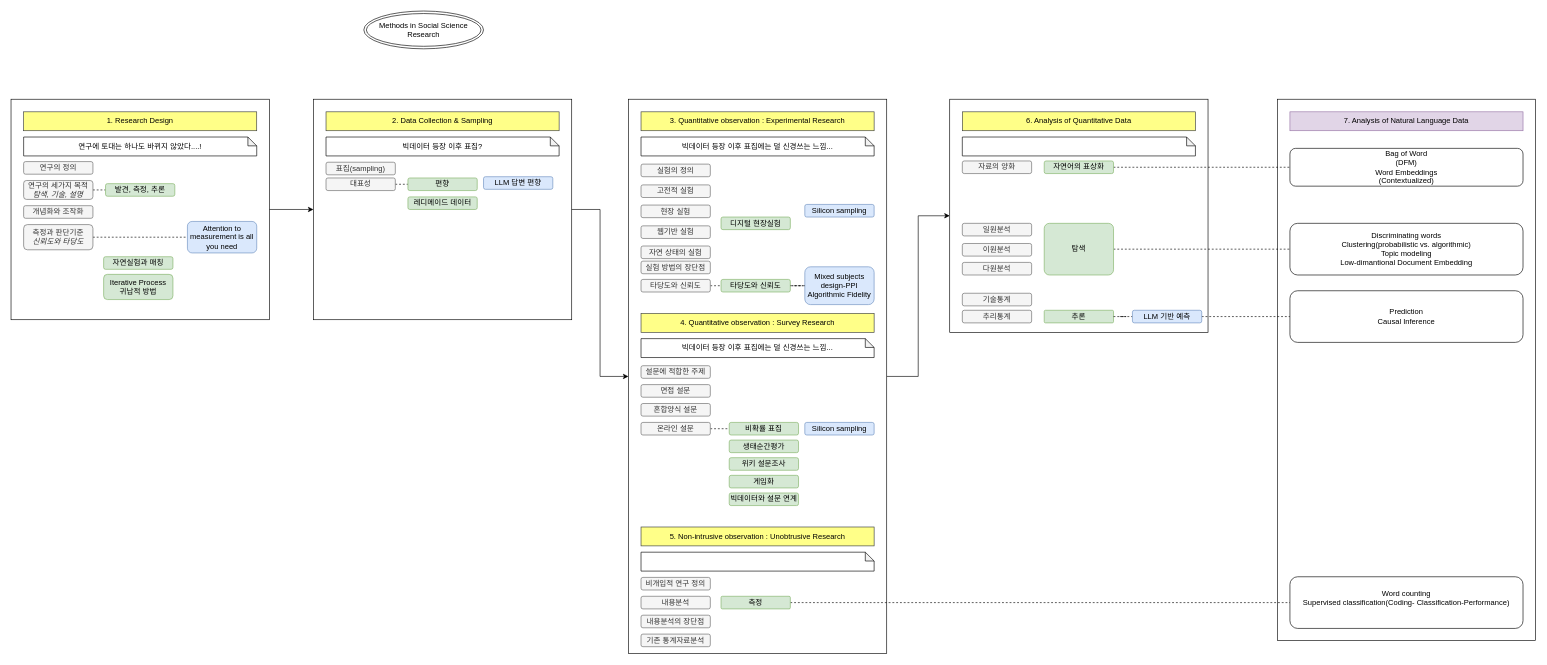
This is method.drawio from myokyunghan/drawio_for_qual, a draw.io file, before an edit. Source tidied: cells renumbered, new cells numbered last; positions are measured from the earlier drawing's top-left corner, leaving out a move shared by most shapes. Both pictures are drawn from the tidied source at 63%, with x=0, y=0 at pixel (11, 11).
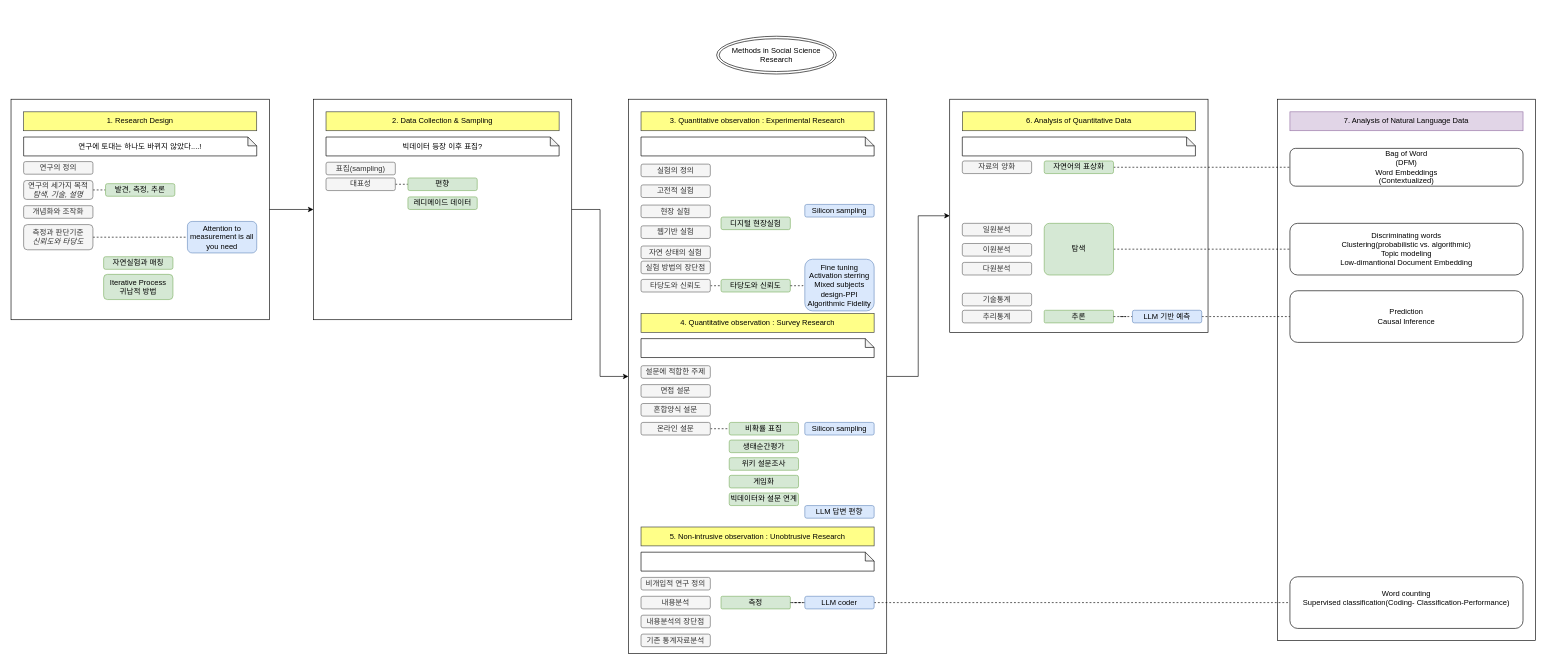
The same page after the edit.

Unchanged cells that the change refers to:
```xml
<mxCell id="76" value="측정" style="rounded=1;whiteSpace=wrap;html=1;roundedPerimeter=1;fillColor=#d5e8d4;strokeColor=#82b366;arcSize=10;" parent="1" vertex="1">
  <mxGeometry x="1127" y="929" width="110" height="20" as="geometry" />
</mxCell>
<mxCell id="77" value="Word counting&lt;div&gt;Supervised classification(Coding- Classification-Performance)&lt;/div&gt;&lt;div&gt;&lt;br&gt;&lt;/div&gt;" style="rounded=1;whiteSpace=wrap;html=1;roundedPerimeter=1;" parent="1" vertex="1">
  <mxGeometry x="2030" y="898" width="370" height="82" as="geometry" />
</mxCell>
```

Change to the diagram source:
```diff
@@
     <mxCell id="9" value="Methods in Social Science Research" style="ellipse;shape=doubleEllipse;whiteSpace=wrap;html=1;" parent="1" vertex="1">
-      <mxGeometry x="560" width="190" height="60" as="geometry" />
+      <mxGeometry x="1120" y="40" width="190" height="60" as="geometry" />
     </mxCell>
@@
-    <mxCell id="38" value="빅데이터 등장 이후 표집에는 덜 신경쓰는 느낌..." style="shape=note;whiteSpace=wrap;html=1;backgroundOutline=1;darkOpacity=0.05;size=14;" parent="1" vertex="1">
+    <mxCell id="38" style="shape=note;whiteSpace=wrap;html=1;backgroundOutline=1;darkOpacity=0.05;size=14;" parent="1" vertex="1">
       <mxGeometry x="1000" y="200" width="370" height="30" as="geometry" />
     </mxCell>
@@
-    <mxCell id="54" value="빅데이터 등장 이후 표집에는 덜 신경쓰는 느낌..." style="shape=note;whiteSpace=wrap;html=1;backgroundOutline=1;darkOpacity=0.05;size=14;" parent="1" vertex="1">
+    <mxCell id="54" style="shape=note;whiteSpace=wrap;html=1;backgroundOutline=1;darkOpacity=0.05;size=14;" parent="1" vertex="1">
       <mxGeometry x="1000" y="520" width="370" height="30" as="geometry" />
     </mxCell>
@@
-    <mxCell id="75" style="edgeStyle=orthogonalEdgeStyle;rounded=0;jettySize=auto;html=1;exitX=1;exitY=0.5;exitDx=0;exitDy=0;entryX=0;entryY=0.5;entryDx=0;entryDy=0;defaultLabelBackgroundColor=page;labelPadding=0 4;endArrow=none;endFill=0;dashed=1;" parent="1" edge="1" source="76" target="77">
+    <mxCell id="75" style="edgeStyle=orthogonalEdgeStyle;rounded=0;jettySize=auto;html=1;entryX=0;entryY=0.5;entryDx=0;entryDy=0;defaultLabelBackgroundColor=page;labelPadding=0 4;endArrow=none;endFill=0;dashed=1;" parent="1" edge="1" source="89" target="77">
       <mxGeometry relative="1" as="geometry" />
     </mxCell>
@@
-    <mxCell id="85" value="Mixed subjects design-PPI&lt;div&gt;Algorithmic Fidelity&lt;/div&gt;" style="rounded=1;whiteSpace=wrap;html=1;roundedPerimeter=1;fillColor=#dae8fc;strokeColor=#6c8ebf;" parent="1" vertex="1">
-      <mxGeometry x="1260" y="406" width="110" height="60" as="geometry" />
+    <mxCell id="85" value="&lt;div&gt;Fine tuning&lt;/div&gt;&lt;div&gt;Activation sterring&lt;/div&gt;Mixed subjects design-PPI&lt;div&gt;Algorithmic Fidelity&lt;/div&gt;" style="rounded=1;whiteSpace=wrap;html=1;roundedPerimeter=1;fillColor=#dae8fc;strokeColor=#6c8ebf;" parent="1" vertex="1">
+      <mxGeometry x="1260" y="394" width="110" height="82" as="geometry" />
     </mxCell>
@@
     <mxCell id="87" value="LLM 답변 편향" style="rounded=1;whiteSpace=wrap;html=1;roundedPerimeter=1;fillColor=#dae8fc;strokeColor=#6c8ebf;" parent="1" vertex="1">
-      <mxGeometry x="750" y="263" width="110" height="20" as="geometry" />
+      <mxGeometry x="1260" y="785" width="110" height="20" as="geometry" />
     </mxCell>
+    <mxCell id="88" style="edgeStyle=orthogonalEdgeStyle;rounded=0;jettySize=auto;html=1;exitX=1;exitY=0.5;exitDx=0;exitDy=0;defaultLabelBackgroundColor=page;labelPadding=0 4;endArrow=none;endFill=0;dashed=1;" parent="1" edge="1" source="76" target="89">
+      <mxGeometry relative="1" as="geometry" />
+    </mxCell>
+    <mxCell id="89" value="LLM coder" style="rounded=1;whiteSpace=wrap;html=1;roundedPerimeter=1;fillColor=#dae8fc;strokeColor=#6c8ebf;" parent="1" vertex="1">
+      <mxGeometry x="1260" y="929" width="110" height="20" as="geometry" />
+    </mxCell>
```
